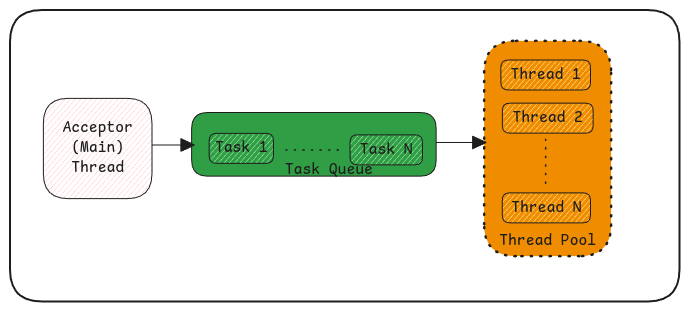
This is static/img/threads.excalidraw.png from swaroopar/inprogress-engineer, a Excalidraw export, as it was before one commit. Source tidied: one line per element, renumbered; positions are measured from the earlier drawing's top-left corner, leaving out a move shared by most shapes.
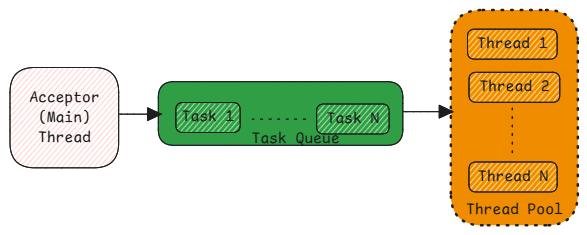
Above is the later version.

Diff of the diagram source:
```diff
@@ -1,4 +1,3 @@
-{"id": 0, "type": "rectangle", "strokeColor": "#1e1e1e", "strokeWidth": 2, "roughness": 0, "round": true, "x": 0, "y": 0, "width": 669, "height": 291}
 {"id": 1, "type": "rectangle", "strokeColor": "#1e1e1e", "backgroundColor": "#f08c00", "fillStyle": "solid", "strokeWidth": 2, "strokeStyle": "dotted", "roughness": 0, "round": true, "x": 474, "y": 31, "width": 127, "height": 215}
 {"id": 2, "type": "text", "text": "Thread Pool", "strokeColor": "#1e1e1e", "strokeWidth": 2, "strokeStyle": "dotted", "roughness": 1, "fontSize": 16, "fontFamily": 8, "textAlign": "center", "verticalAlign": "bottom", "inside": 1, "x": 489, "y": 221, "width": 97, "height": 20}
 {"id": 3, "type": "rectangle", "strokeColor": "#1e1e1e", "backgroundColor": "#ffec99", "fillStyle": "hachure", "strokeWidth": 1, "roughness": 0, "round": true, "x": 491, "y": 50, "width": 90, "height": 30}
```
